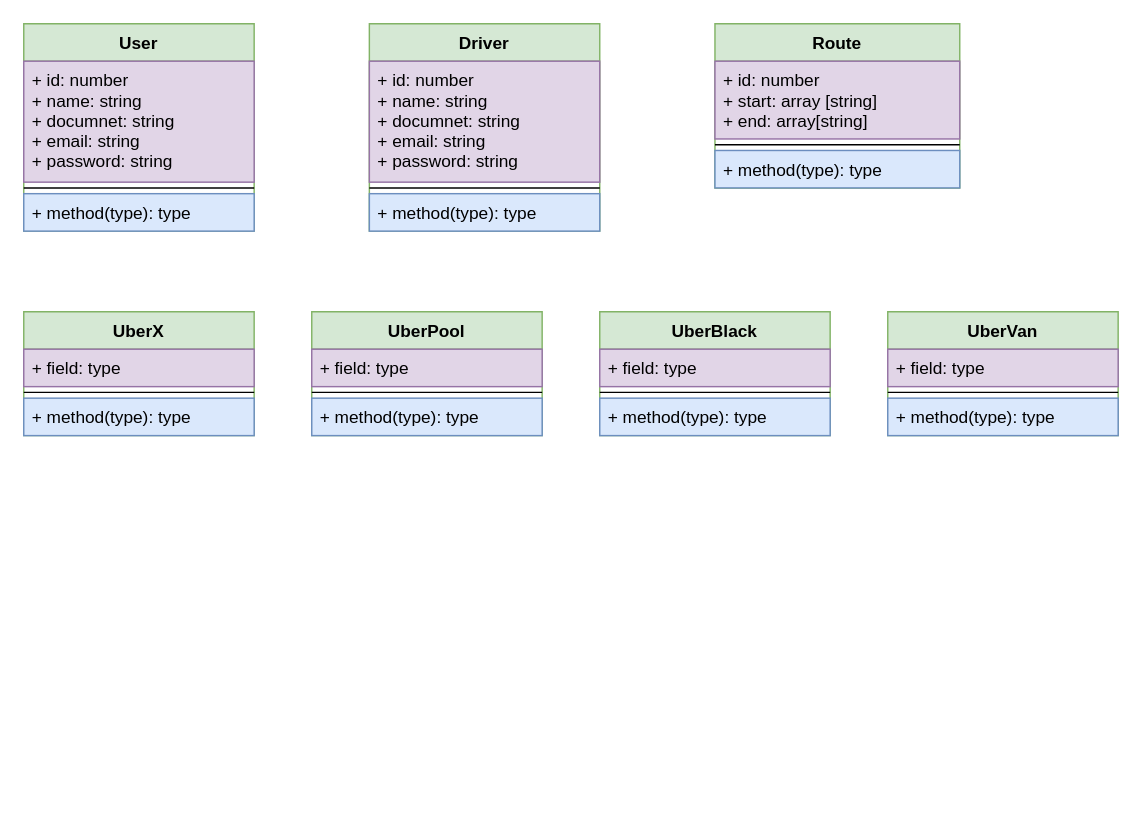
Before: oopTutorial/Untitled Diagram.drawio in fabiandres88/TypeScript, a draw.io diagram. Source tidied: cells renumbered, new cells numbered last; positions are measured from the earlier drawing's top-left corner, leaving out a move shared by most shapes. Both pictures are drawn from the tidied source at 144%, with x=0, y=0 at pixel (23, 23).
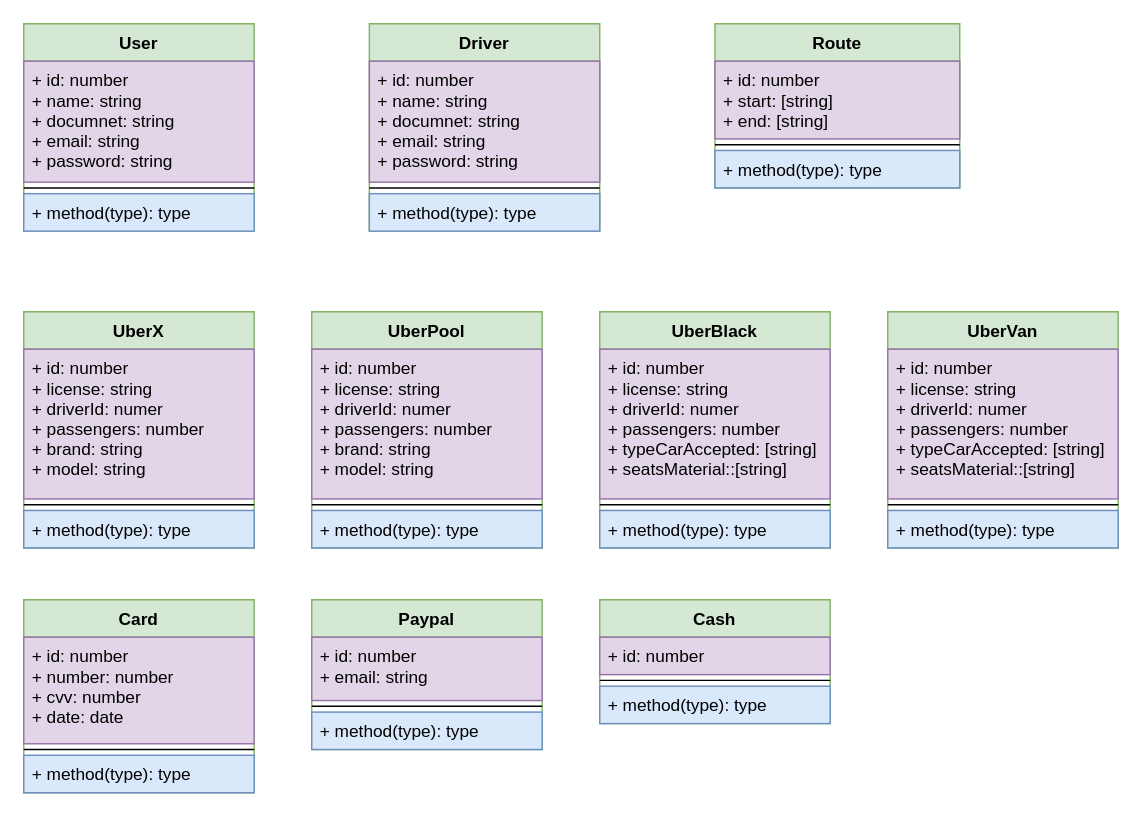
Above is the later version.

Commit message:
feat: all classes defined

Unchanged cells that the change refers to:
```xml
<mxCell id="10" value="Route" style="swimlane;fontStyle=1;align=center;verticalAlign=top;horizontal=1;startSize=26;fillColor=#d5e8d4;strokeColor=#82b366;" parent="1" vertex="1">
  <mxGeometry x="480" width="170" height="114" as="geometry" />
</mxCell>
```

What changed in the source:
```diff
@@
-    <mxCell id="11" value="+ id: number&#10;+ start: array [string]&#10;+ end: array[string]" style="text;strokeColor=#9673a6;fillColor=#e1d5e7;align=left;verticalAlign=top;spacingLeft=4;spacingRight=4;overflow=hidden;" parent="10" vertex="1">
+    <mxCell id="11" value="+ id: number&#10;+ start: [string]&#10;+ end: [string]" style="text;strokeColor=#9673a6;fillColor=#e1d5e7;align=left;verticalAlign=top;spacingLeft=4;spacingRight=4;overflow=hidden;" parent="10" vertex="1">
       <mxGeometry y="26" width="170" height="54" as="geometry" />
     </mxCell>
@@
     <mxCell id="14" value="UberPool" style="swimlane;fontStyle=1;align=center;verticalAlign=top;horizontal=1;startSize=26;fillColor=#d5e8d4;strokeColor=#82b366;" parent="1" vertex="1">
-      <mxGeometry x="200" y="200" width="160" height="86" as="geometry" />
+      <mxGeometry x="200" y="200" width="160" height="164" as="geometry" />
     </mxCell>
-    <mxCell id="15" value="+ field: type" style="text;strokeColor=#9673a6;fillColor=#e1d5e7;align=left;verticalAlign=top;spacingLeft=4;spacingRight=4;overflow=hidden;" parent="14" vertex="1">
-      <mxGeometry y="26" width="160" height="26" as="geometry" />
+    <mxCell id="15" value="+ id: number&#10;+ license: string&#10;+ driverId: numer&#10;+ passengers: number&#10;+ brand: string&#10;+ model: string" style="text;strokeColor=#9673a6;fillColor=#e1d5e7;align=left;verticalAlign=top;spacingLeft=4;spacingRight=4;overflow=hidden;" parent="14" vertex="1">
+      <mxGeometry y="26" width="160" height="104" as="geometry" />
     </mxCell>
     <mxCell id="16" style="line;strokeWidth=1;fillColor=none;align=left;verticalAlign=middle;spacingTop=-1;spacingLeft=3;spacingRight=3;labelPosition=right;" parent="14" vertex="1">
-      <mxGeometry y="52" width="160" height="8" as="geometry" />
+      <mxGeometry y="130" width="160" height="8" as="geometry" />
     </mxCell>
     <mxCell id="17" value="+ method(type): type" style="text;strokeColor=#6c8ebf;fillColor=#dae8fc;align=left;verticalAlign=top;spacingLeft=4;spacingRight=4;overflow=hidden;" parent="14" vertex="1">
-      <mxGeometry y="60" width="160" height="26" as="geometry" />
+      <mxGeometry y="138" width="160" height="26" as="geometry" />
     </mxCell>
     <mxCell id="18" value="UberX" style="swimlane;fontStyle=1;align=center;verticalAlign=top;horizontal=1;startSize=26;fillColor=#d5e8d4;strokeColor=#82b366;" parent="1" vertex="1">
-      <mxGeometry y="200" width="160" height="86" as="geometry" />
+      <mxGeometry y="200" width="160" height="164" as="geometry" />
     </mxCell>
-    <mxCell id="19" value="+ field: type" style="text;strokeColor=#9673a6;fillColor=#e1d5e7;align=left;verticalAlign=top;spacingLeft=4;spacingRight=4;overflow=hidden;" parent="18" vertex="1">
-      <mxGeometry y="26" width="160" height="26" as="geometry" />
+    <mxCell id="19" value="+ id: number&#10;+ license: string&#10;+ driverId: numer&#10;+ passengers: number&#10;+ brand: string&#10;+ model: string" style="text;strokeColor=#9673a6;fillColor=#e1d5e7;align=left;verticalAlign=top;spacingLeft=4;spacingRight=4;overflow=hidden;" parent="18" vertex="1">
+      <mxGeometry y="26" width="160" height="104" as="geometry" />
     </mxCell>
     <mxCell id="20" style="line;strokeWidth=1;fillColor=none;align=left;verticalAlign=middle;spacingTop=-1;spacingLeft=3;spacingRight=3;labelPosition=right;" parent="18" vertex="1">
-      <mxGeometry y="52" width="160" height="8" as="geometry" />
+      <mxGeometry y="130" width="160" height="8" as="geometry" />
     </mxCell>
     <mxCell id="21" value="+ method(type): type" style="text;strokeColor=#6c8ebf;fillColor=#dae8fc;align=left;verticalAlign=top;spacingLeft=4;spacingRight=4;overflow=hidden;" parent="18" vertex="1">
-      <mxGeometry y="60" width="160" height="26" as="geometry" />
+      <mxGeometry y="138" width="160" height="26" as="geometry" />
     </mxCell>
     <mxCell id="22" value="UberBlack" style="swimlane;fontStyle=1;align=center;verticalAlign=top;horizontal=1;startSize=26;fillColor=#d5e8d4;strokeColor=#82b366;" parent="1" vertex="1">
-      <mxGeometry x="400" y="200" width="160" height="86" as="geometry" />
+      <mxGeometry x="400" y="200" width="160" height="164" as="geometry" />
     </mxCell>
-    <mxCell id="23" value="+ field: type" style="text;strokeColor=#9673a6;fillColor=#e1d5e7;align=left;verticalAlign=top;spacingLeft=4;spacingRight=4;overflow=hidden;" parent="22" vertex="1">
-      <mxGeometry y="26" width="160" height="26" as="geometry" />
+    <mxCell id="23" value="+ id: number&#10;+ license: string&#10;+ driverId: numer&#10;+ passengers: number&#10;+ typeCarAccepted: [string]&#10;+ seatsMaterial::[string]&#10;" style="text;strokeColor=#9673a6;fillColor=#e1d5e7;align=left;verticalAlign=top;spacingLeft=4;spacingRight=4;overflow=hidden;" parent="22" vertex="1">
+      <mxGeometry y="26" width="160" height="104" as="geometry" />
     </mxCell>
     <mxCell id="24" style="line;strokeWidth=1;fillColor=none;align=left;verticalAlign=middle;spacingTop=-1;spacingLeft=3;spacingRight=3;labelPosition=right;" parent="22" vertex="1">
-      <mxGeometry y="52" width="160" height="8" as="geometry" />
+      <mxGeometry y="130" width="160" height="8" as="geometry" />
     </mxCell>
     <mxCell id="25" value="+ method(type): type" style="text;strokeColor=#6c8ebf;fillColor=#dae8fc;align=left;verticalAlign=top;spacingLeft=4;spacingRight=4;overflow=hidden;" parent="22" vertex="1">
-      <mxGeometry y="60" width="160" height="26" as="geometry" />
+      <mxGeometry y="138" width="160" height="26" as="geometry" />
     </mxCell>
     <mxCell id="26" value="UberVan" style="swimlane;fontStyle=1;align=center;verticalAlign=top;horizontal=1;startSize=26;fillColor=#d5e8d4;strokeColor=#82b366;" parent="1" vertex="1">
-      <mxGeometry x="600" y="200" width="160" height="86" as="geometry" />
+      <mxGeometry x="600" y="200" width="160" height="164" as="geometry" />
     </mxCell>
-    <mxCell id="27" value="+ field: type" style="text;strokeColor=#9673a6;fillColor=#e1d5e7;align=left;verticalAlign=top;spacingLeft=4;spacingRight=4;overflow=hidden;" parent="26" vertex="1">
-      <mxGeometry y="26" width="160" height="26" as="geometry" />
+    <mxCell id="27" value="+ id: number&#10;+ license: string&#10;+ driverId: numer&#10;+ passengers: number&#10;+ typeCarAccepted: [string]&#10;+ seatsMaterial::[string]&#10;" style="text;strokeColor=#9673a6;fillColor=#e1d5e7;align=left;verticalAlign=top;spacingLeft=4;spacingRight=4;overflow=hidden;" parent="26" vertex="1">
+      <mxGeometry y="26" width="160" height="104" as="geometry" />
     </mxCell>
     <mxCell id="28" style="line;strokeWidth=1;fillColor=none;align=left;verticalAlign=middle;spacingTop=-1;spacingLeft=3;spacingRight=3;labelPosition=right;" parent="26" vertex="1">
-      <mxGeometry y="52" width="160" height="8" as="geometry" />
+      <mxGeometry y="130" width="160" height="8" as="geometry" />
     </mxCell>
     <mxCell id="29" value="+ method(type): type" style="text;strokeColor=#6c8ebf;fillColor=#dae8fc;align=left;verticalAlign=top;spacingLeft=4;spacingRight=4;overflow=hidden;" parent="26" vertex="1">
-      <mxGeometry y="60" width="160" height="26" as="geometry" />
+      <mxGeometry y="138" width="160" height="26" as="geometry" />
     </mxCell>
+    <mxCell id="30" value="Card" style="swimlane;fontStyle=1;align=center;verticalAlign=top;horizontal=1;startSize=26;fillColor=#d5e8d4;strokeColor=#82b366;" parent="1" vertex="1">
+      <mxGeometry y="400" width="160" height="134" as="geometry" />
+    </mxCell>
+    <mxCell id="31" value="+ id: number&#10;+ number: number&#10;+ cvv: number&#10;+ date: date" style="text;strokeColor=#9673a6;fillColor=#e1d5e7;align=left;verticalAlign=top;spacingLeft=4;spacingRight=4;overflow=hidden;" parent="30" vertex="1">
+      <mxGeometry y="26" width="160" height="74" as="geometry" />
+    </mxCell>
+    <mxCell id="32" style="line;strokeWidth=1;fillColor=none;align=left;verticalAlign=middle;spacingTop=-1;spacingLeft=3;spacingRight=3;labelPosition=right;" parent="30" vertex="1">
+      <mxGeometry y="100" width="160" height="8" as="geometry" />
+    </mxCell>
+    <mxCell id="33" value="+ method(type): type" style="text;strokeColor=#6c8ebf;fillColor=#dae8fc;align=left;verticalAlign=top;spacingLeft=4;spacingRight=4;overflow=hidden;" parent="30" vertex="1">
+      <mxGeometry y="108" width="160" height="26" as="geometry" />
+    </mxCell>
+    <mxCell id="34" value="Paypal" style="swimlane;fontStyle=1;align=center;verticalAlign=top;horizontal=1;startSize=26;fillColor=#d5e8d4;strokeColor=#82b366;" parent="1" vertex="1">
+      <mxGeometry x="200" y="400" width="160" height="104" as="geometry" />
+    </mxCell>
+    <mxCell id="35" value="+ id: number&#10;+ email: string" style="text;strokeColor=#9673a6;fillColor=#e1d5e7;align=left;verticalAlign=top;spacingLeft=4;spacingRight=4;overflow=hidden;" parent="34" vertex="1">
+      <mxGeometry y="26" width="160" height="44" as="geometry" />
+    </mxCell>
+    <mxCell id="36" style="line;strokeWidth=1;fillColor=none;align=left;verticalAlign=middle;spacingTop=-1;spacingLeft=3;spacingRight=3;labelPosition=right;" parent="34" vertex="1">
+      <mxGeometry y="70" width="160" height="8" as="geometry" />
+    </mxCell>
+    <mxCell id="37" value="+ method(type): type" style="text;strokeColor=#6c8ebf;fillColor=#dae8fc;align=left;verticalAlign=top;spacingLeft=4;spacingRight=4;overflow=hidden;" parent="34" vertex="1">
+      <mxGeometry y="78" width="160" height="26" as="geometry" />
+    </mxCell>
+    <mxCell id="38" value="Cash" style="swimlane;fontStyle=1;align=center;verticalAlign=top;horizontal=1;startSize=26;fillColor=#d5e8d4;strokeColor=#82b366;" parent="1" vertex="1">
+      <mxGeometry x="400" y="400" width="160" height="86" as="geometry" />
+    </mxCell>
+    <mxCell id="39" value="+ id: number" style="text;strokeColor=#9673a6;fillColor=#e1d5e7;align=left;verticalAlign=top;spacingLeft=4;spacingRight=4;overflow=hidden;" parent="38" vertex="1">
+      <mxGeometry y="26" width="160" height="26" as="geometry" />
+    </mxCell>
+    <mxCell id="40" style="line;strokeWidth=1;fillColor=none;align=left;verticalAlign=middle;spacingTop=-1;spacingLeft=3;spacingRight=3;labelPosition=right;" parent="38" vertex="1">
+      <mxGeometry y="52" width="160" height="8" as="geometry" />
+    </mxCell>
+    <mxCell id="41" value="+ method(type): type" style="text;strokeColor=#6c8ebf;fillColor=#dae8fc;align=left;verticalAlign=top;spacingLeft=4;spacingRight=4;overflow=hidden;" parent="38" vertex="1">
+      <mxGeometry y="60" width="160" height="26" as="geometry" />
+    </mxCell>
```
